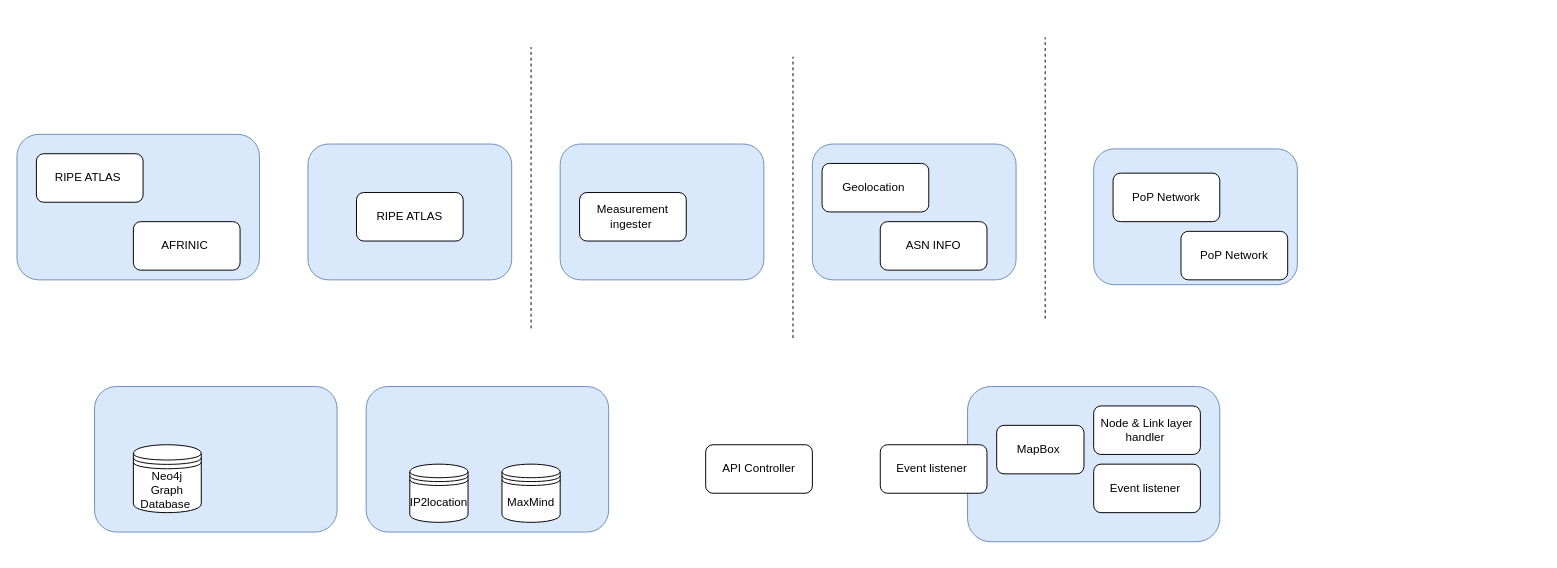
Before: systemArchitecture.drawio in EliasSih/MAIT-, a draw.io diagram. Source tidied: cells renumbered, new cells numbered last; positions are measured from the earlier drawing's top-left corner, leaving out a move shared by most shapes. Both pictures are drawn from the tidied source at 97%, with x=0, y=0 at pixel (16, 37).
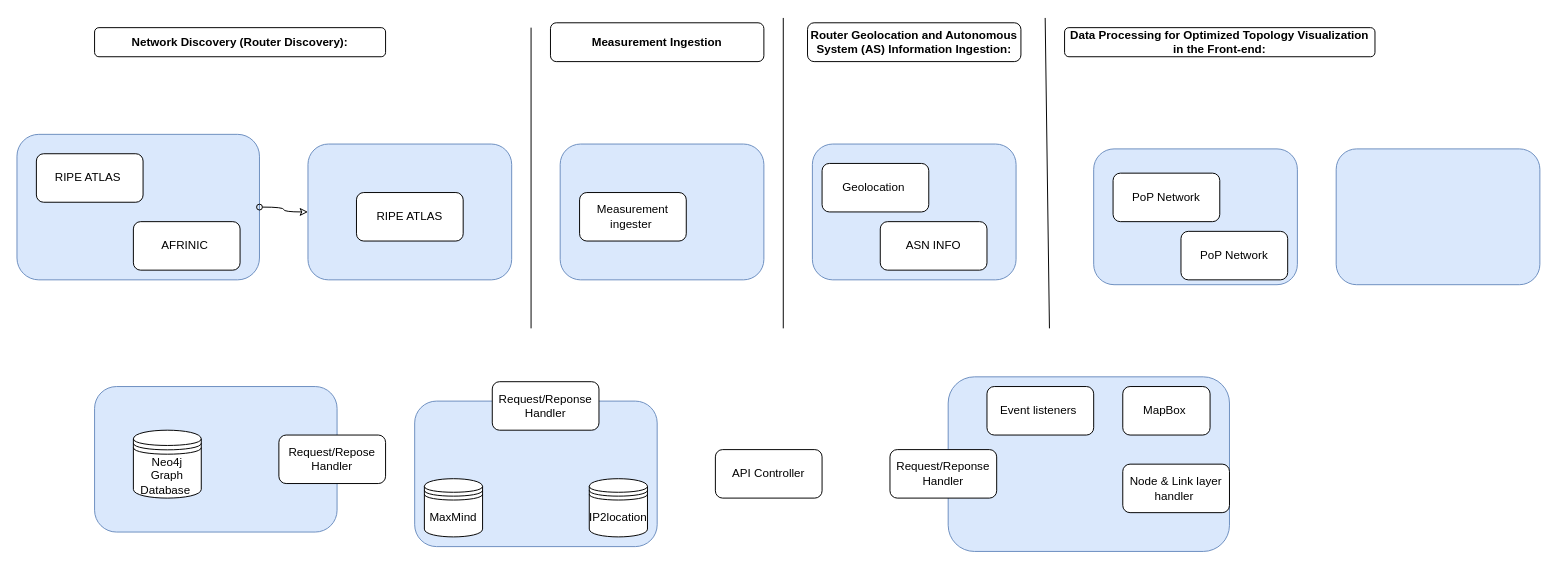
Above is the later version.

The change refers to these unchanged cells:
```xml
<mxCell id="2" style="rounded=1;whiteSpace=wrap;html=1;fillColor=#dae8fc;strokeColor=#6c8ebf;" parent="1" vertex="1">
  <mxGeometry x="300" y="110" width="210" height="140" as="geometry" />
</mxCell>
<mxCell id="3" style="rounded=1;whiteSpace=wrap;html=1;fillColor=#dae8fc;strokeColor=#6c8ebf;" parent="1" vertex="1">
  <mxGeometry y="100" width="250" height="150" as="geometry" />
</mxCell>
```

The edit, as a diff of the source:
```diff
@@
+    <mxCell id="29" style="rounded=0;jettySize=auto;html=1;exitX=1;exitY=0.5;exitDx=0;exitDy=0;startArrow=oval;startFill=0;endArrow=classic;endFill=0;edgeStyle=orthogonalEdgeStyle;curved=1;" parent="1" edge="1" source="3" target="2">
+      <mxGeometry relative="1" as="geometry" />
+    </mxCell>
@@
-    <mxCell id="7" style="rounded=1;whiteSpace=wrap;html=1;fillColor=#dae8fc;strokeColor=#6c8ebf;" parent="1" vertex="1">
-      <mxGeometry x="360" y="360" width="250" height="150" as="geometry" />
-    </mxCell>
-    <mxCell id="8" value="IP2location" style="shape=datastore;whiteSpace=wrap;html=1;" parent="1" vertex="1">
-      <mxGeometry x="405" y="440" width="60" height="60" as="geometry" />
-    </mxCell>
@@
     <mxCell id="10" value="Neo4j Graph Database&amp;nbsp;" style="shape=datastore;whiteSpace=wrap;html=1;" parent="1" vertex="1">
-      <mxGeometry x="120" y="420" width="70" height="70" as="geometry" />
+      <mxGeometry x="120" y="405" width="70" height="70" as="geometry" />
     </mxCell>
-    <mxCell id="11" value="MaxMind" style="shape=datastore;whiteSpace=wrap;html=1;" parent="1" vertex="1">
-      <mxGeometry x="500" y="440" width="60" height="60" as="geometry" />
-    </mxCell>
@@
     <mxCell id="20" style="rounded=1;whiteSpace=wrap;html=1;fillColor=#dae8fc;strokeColor=#6c8ebf;" parent="1" vertex="1">
-      <mxGeometry x="980" y="360" width="260" height="160" as="geometry" />
+      <mxGeometry x="960" y="350" width="290" height="180" as="geometry" />
     </mxCell>
     <mxCell id="21" value="MapBox&amp;nbsp;" style="rounded=1;whiteSpace=wrap;html=1;" parent="1" vertex="1">
-      <mxGeometry x="1010" y="400" width="90" height="50" as="geometry" />
+      <mxGeometry x="1140" y="360" width="90" height="50" as="geometry" />
     </mxCell>
     <mxCell id="22" value="Node &amp;amp; Link layer&lt;br&gt;handler&amp;nbsp;" style="rounded=1;whiteSpace=wrap;html=1;" parent="1" vertex="1">
-      <mxGeometry x="1110" y="380" width="110" height="50" as="geometry" />
+      <mxGeometry x="1140" y="440" width="110" height="50" as="geometry" />
     </mxCell>
-    <mxCell id="23" value="Event listener&amp;nbsp;" style="rounded=1;whiteSpace=wrap;html=1;" parent="1" vertex="1">
-      <mxGeometry x="1110" y="440" width="110" height="50" as="geometry" />
-    </mxCell>
-    <mxCell id="24" value="Event listener&amp;nbsp;" style="rounded=1;whiteSpace=wrap;html=1;" parent="1" vertex="1">
-      <mxGeometry x="890" y="420" width="110" height="50" as="geometry" />
+    <mxCell id="24" value="Event listeners&amp;nbsp;" style="rounded=1;whiteSpace=wrap;html=1;" parent="1" vertex="1">
+      <mxGeometry x="1000" y="360" width="110" height="50" as="geometry" />
     </mxCell>
     <mxCell id="25" value="API Controller" style="rounded=1;whiteSpace=wrap;html=1;" parent="1" vertex="1">
-      <mxGeometry x="710" y="420" width="110" height="50" as="geometry" />
+      <mxGeometry x="720" y="425" width="110" height="50" as="geometry" />
     </mxCell>
-    <mxCell id="26" style="endArrow=none;dashed=1;html=1;rounded=0;" parent="1" edge="1">
-      <mxGeometry relative="1" as="geometry">
-        <mxPoint x="530" y="300" as="sourcePoint" />
-        <mxPoint x="530" y="10" as="targetPoint" />
-      </mxGeometry>
-    </mxCell>
-    <mxCell id="27" style="endArrow=none;dashed=1;html=1;rounded=0;" parent="1" edge="1">
-      <mxGeometry relative="1" as="geometry">
-        <mxPoint x="800" y="310" as="sourcePoint" />
-        <mxPoint x="800" y="20" as="targetPoint" />
-      </mxGeometry>
-    </mxCell>
-    <mxCell id="28" style="endArrow=none;dashed=1;html=1;rounded=0;" parent="1" edge="1">
-      <mxGeometry relative="1" as="geometry">
-        <mxPoint x="1060" y="290" as="sourcePoint" />
-        <mxPoint x="1060" as="targetPoint" />
-      </mxGeometry>
-    </mxCell>
+    <mxCell id="30" style="group;" parent="1" vertex="1">
+      <mxGeometry x="420" y="375" width="300" height="150" as="geometry" />
+    </mxCell>
+    <mxCell id="7" style="rounded=1;whiteSpace=wrap;html=1;fillColor=#dae8fc;strokeColor=#6c8ebf;" parent="30" vertex="1">
+      <mxGeometry x="-10" width="250" height="150" as="geometry" />
+    </mxCell>
+    <mxCell id="8" value="IP2location" style="shape=datastore;whiteSpace=wrap;html=1;" parent="30" vertex="1">
+      <mxGeometry x="170" y="80" width="60" height="60" as="geometry" />
+    </mxCell>
+    <mxCell id="31" value="Request/Reponse Handler" style="rounded=1;whiteSpace=wrap;html=1;" parent="30" vertex="1">
+      <mxGeometry x="70" y="-20" width="110" height="50" as="geometry" />
+    </mxCell>
+    <mxCell id="11" value="MaxMind" style="shape=datastore;whiteSpace=wrap;html=1;" parent="30" vertex="1">
+      <mxGeometry y="80" width="60" height="60" as="geometry" />
+    </mxCell>
+    <mxCell id="32" value="Request/Repose Handler" style="rounded=1;whiteSpace=wrap;html=1;" parent="1" vertex="1">
+      <mxGeometry x="270" y="410" width="110" height="50" as="geometry" />
+    </mxCell>
+    <mxCell id="33" style="endArrow=none;html=1;rounded=0;" parent="1" edge="1">
+      <mxGeometry relative="1" as="geometry">
+        <mxPoint x="530" y="300" as="sourcePoint" />
+        <mxPoint x="530" y="-10" as="targetPoint" />
+      </mxGeometry>
+    </mxCell>
+    <mxCell id="34" style="endArrow=none;html=1;rounded=0;" parent="1" edge="1">
+      <mxGeometry relative="1" as="geometry">
+        <mxPoint x="790" y="300" as="sourcePoint" />
+        <mxPoint x="790" y="-20" as="targetPoint" />
+      </mxGeometry>
+    </mxCell>
+    <mxCell id="35" style="endArrow=none;html=1;rounded=0;" parent="1" edge="1">
+      <mxGeometry relative="1" as="geometry">
+        <mxPoint x="1064.4" y="300" as="sourcePoint" />
+        <mxPoint x="1060" y="-20" as="targetPoint" />
+      </mxGeometry>
+    </mxCell>
+    <mxCell id="36" value="Request/Reponse Handler" style="rounded=1;whiteSpace=wrap;html=1;" parent="1" vertex="1">
+      <mxGeometry x="900" y="425" width="110" height="50" as="geometry" />
+    </mxCell>
+    <mxCell id="37" value="&lt;p class=&quot;MsoNormal&quot;&gt;&lt;b style=&quot;border-color: var(--border-color);&quot;&gt;Network Discovery (Router Discovery):&lt;/b&gt;&lt;br&gt;&lt;/p&gt;" style="rounded=1;whiteSpace=wrap;html=1;" parent="1" vertex="1">
+      <mxGeometry x="80" y="-10" width="300" height="30" as="geometry" />
+    </mxCell>
+    <mxCell id="38" value="&lt;p class=&quot;MsoNormal&quot;&gt;&lt;b&gt;Measurement Ingestion&lt;/b&gt;&lt;/p&gt;" style="rounded=1;whiteSpace=wrap;html=1;" parent="1" vertex="1">
+      <mxGeometry x="550" y="-15" width="220" height="40" as="geometry" />
+    </mxCell>
+    <mxCell id="39" value="&lt;p class=&quot;MsoNormal&quot;&gt;&lt;b style=&quot;background-color: initial;&quot;&gt;Router Geolocation and Autonomous System (AS) Information Ingestion:&lt;/b&gt;&lt;br&gt;&lt;/p&gt;&lt;p&gt;&lt;/p&gt;" style="rounded=1;whiteSpace=wrap;html=1;arcSize=17;" parent="1" vertex="1">
+      <mxGeometry x="815" y="-15" width="220" height="40" as="geometry" />
+    </mxCell>
+    <mxCell id="40" value="&lt;p class=&quot;MsoNormal&quot;&gt;&lt;b&gt;Data Processing for Optimized Topology Visualization&lt;br/&gt;in the Front-end:&lt;/b&gt;&lt;/p&gt;" style="rounded=1;whiteSpace=wrap;html=1;" parent="1" vertex="1">
+      <mxGeometry x="1080" y="-10" width="320" height="30" as="geometry" />
+    </mxCell>
+    <mxCell id="41" style="rounded=1;whiteSpace=wrap;html=1;fillColor=#dae8fc;strokeColor=#6c8ebf;" parent="1" vertex="1">
+      <mxGeometry x="1360" y="115" width="210" height="140" as="geometry" />
+    </mxCell>
```
